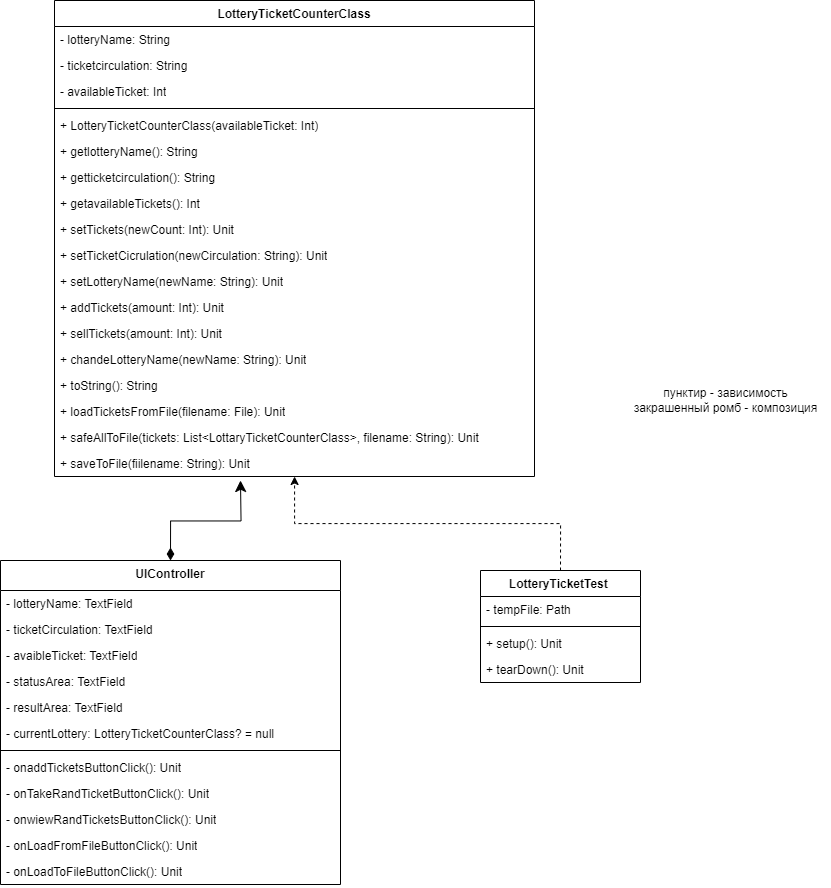
Earlier version of the draw.io export ООП-II (Kotlin)/LotteryTicketCounterApp/UMLLotteryTicketCounterClass.png (zcx-byte/OOP). Source tidied: cells renumbered, new cells last; positions are measured from the earlier drawing's top-left corner, leaving out a move shared by most shapes.
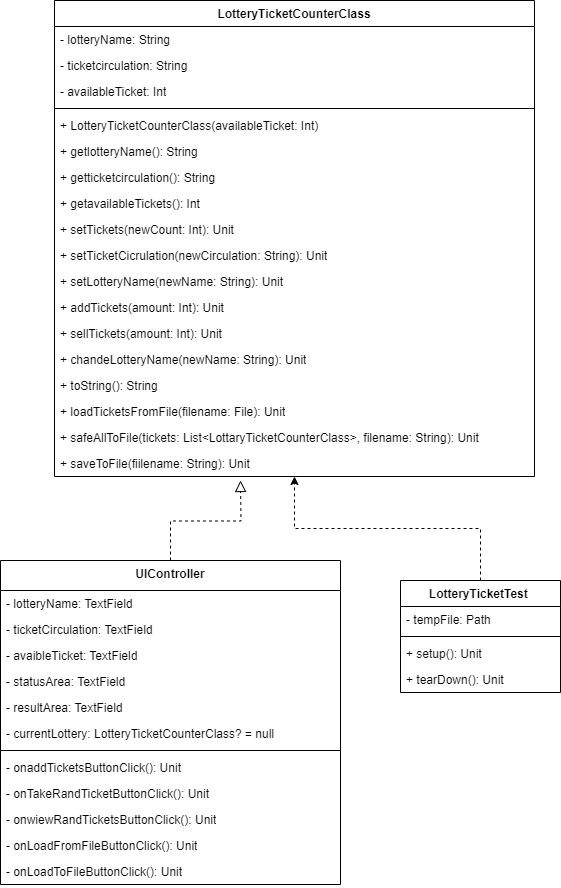
After the commit.

Commit message:
red UML

What changed in the source:
```diff
@@ -59,7 +59,7 @@
     <mxCell id="20" value="+ saveToFile(fiilename: String): Unit" style="text;strokeColor=none;fillColor=none;align=left;verticalAlign=top;spacingLeft=4;spacingRight=4;overflow=hidden;whiteSpace=wrap;html=1;" parent="2" vertex="1">
       <mxGeometry y="450" width="480" height="26" as="geometry" />
     </mxCell>
-    <mxCell id="21" style="edgeStyle=orthogonalEdgeStyle;rounded=0;jettySize=auto;html=1;exitX=0.5;exitY=0;exitDx=0;exitDy=0;startArrow=diamondThin;startFill=1;startSize=10;endSize=9;" parent="1" edge="1" source="22">
+    <mxCell id="21" style="edgeStyle=orthogonalEdgeStyle;rounded=0;jettySize=auto;html=1;exitX=0.5;exitY=0;exitDx=0;exitDy=0;startArrow=none;startFill=0;startSize=10;endSize=9;dashed=1;endArrow=block;endFill=0;" parent="1" edge="1" source="22">
       <mxGeometry relative="1" as="geometry">
         <mxPoint x="240" y="480" as="targetPoint" />
       </mxGeometry>
@@ -107,7 +107,7 @@
       <mxGeometry relative="1" as="geometry" />
     </mxCell>
     <mxCell id="36" value="LotteryTicketTest&amp;nbsp;" style="swimlane;fontStyle=1;align=center;verticalAlign=top;horizontal=1;startSize=26;whiteSpace=wrap;html=1;" parent="1" vertex="1">
-      <mxGeometry x="480" y="570" width="160" height="112" as="geometry" />
+      <mxGeometry x="400" y="580" width="160" height="112" as="geometry" />
     </mxCell>
     <mxCell id="37" value="-&amp;nbsp;tempFile: Path" style="text;strokeColor=none;fillColor=none;align=left;verticalAlign=top;spacingLeft=4;spacingRight=4;overflow=hidden;whiteSpace=wrap;html=1;" parent="36" vertex="1">
       <mxGeometry y="26" width="160" height="26" as="geometry" />
@@ -121,8 +121,5 @@
     <mxCell id="40" value="+ tearDown(): Unit" style="text;strokeColor=none;fillColor=none;align=left;verticalAlign=top;spacingLeft=4;spacingRight=4;overflow=hidden;whiteSpace=wrap;html=1;" parent="36" vertex="1">
       <mxGeometry y="86" width="160" height="26" as="geometry" />
     </mxCell>
-    <mxCell id="41" value="пунктир - зависимость&lt;br&gt;закрашенный ромб - композиция" style="text;html=1;align=center;verticalAlign=middle;strokeColor=none;fillColor=none;" parent="1" vertex="1">
-      <mxGeometry x="620" y="380" width="210" height="40" as="geometry" />
-    </mxCell>
   </root>
 </mxGraphModel>
```
